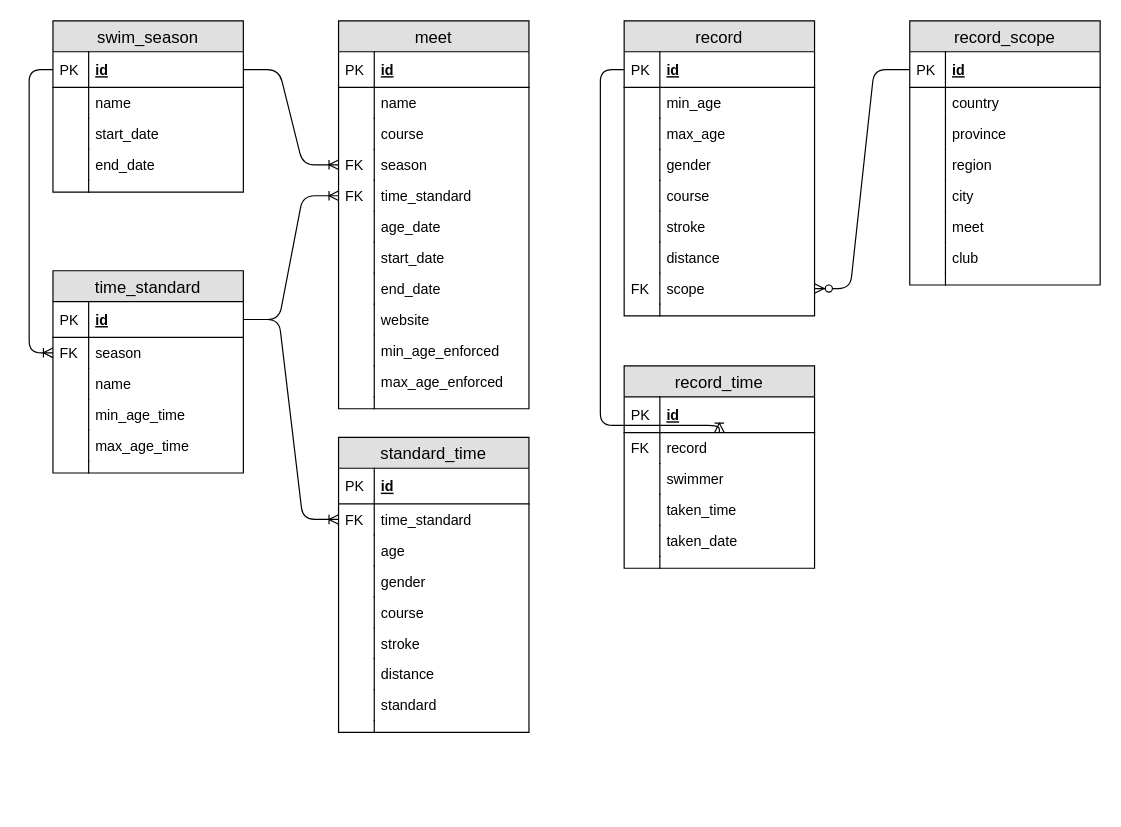
This is docs/models.drawio from geekswimmers/geekswimmers, a draw.io file, before an edit. Source tidied: cells renumbered, new cells numbered last; positions are measured from the earlier drawing's top-left corner, leaving out a move shared by most shapes. Both pictures are drawn from the tidied source at 119%, with x=0, y=0 at pixel (29, 20).
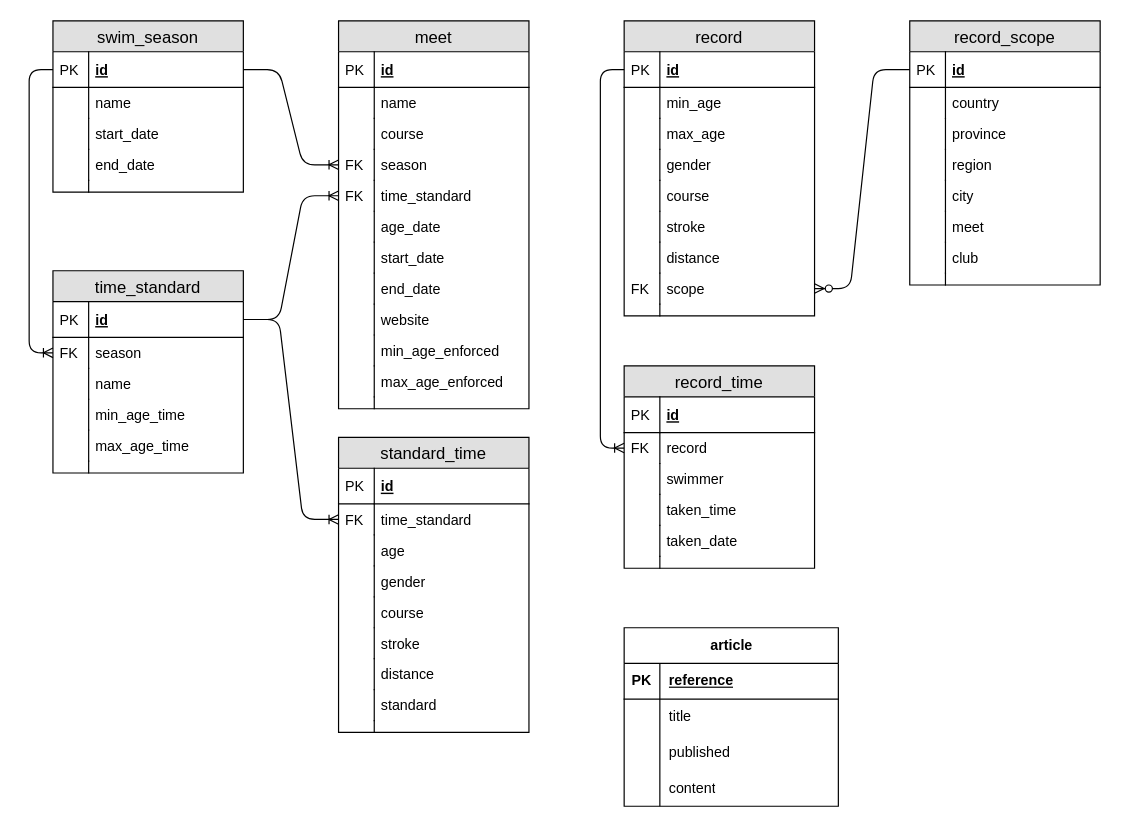
The same diagram, later.

Commit message (it also covers changes not shown here):
#24 Created content module

The change refers to these unchanged cells:
```xml
<mxCell id="75" value="id" style="shape=partialRectangle;top=0;left=0;right=0;bottom=1;align=left;verticalAlign=middle;fillColor=none;spacingLeft=34;spacingRight=4;overflow=hidden;points=[[0,0.5],[1,0.5]];portConstraint=eastwest;fontStyle=5;fontSize=12;" parent="74" vertex="1">
  <mxGeometry y="26" width="160" height="30" as="geometry" />
</mxCell>
<mxCell id="96" value="record" style="shape=partialRectangle;top=0;left=0;right=0;bottom=0;align=left;verticalAlign=top;fillColor=none;spacingLeft=34;spacingRight=4;overflow=hidden;points=[[0,0.5],[1,0.5]];portConstraint=eastwest;fontSize=12;" parent="93" vertex="1">
  <mxGeometry y="56" width="160" height="26" as="geometry" />
</mxCell>
```

Change to the diagram source:
```diff
@@
     <mxCell id="106" style="edgeStyle=orthogonalEdgeStyle;fontSize=12;html=1;endArrow=ERoneToMany;" parent="1" edge="1" source="75" target="96">
       <mxGeometry relative="1" as="geometry">
         <Array as="points">
           <mxPoint x="480" y="41" />
-          <mxPoint x="480" y="340" />
+          <mxPoint x="480" y="359" />
         </Array>
       </mxGeometry>
     </mxCell>
@@
+    <mxCell id="125" value="article" style="shape=table;startSize=30;childLayout=tableLayout;rowLines=0;fontStyle=1;align=center;html=1;" parent="1" vertex="1">
+      <mxGeometry x="500" y="510" width="180" height="150" as="geometry" />
+    </mxCell>
+    <mxCell id="126" style="shape=tableRow;horizontal=0;startSize=0;swimlaneHead=0;swimlaneBody=0;fillColor=none;top=0;left=0;right=0;bottom=1;" parent="125" vertex="1">
+      <mxGeometry y="30" width="180" height="30" as="geometry" />
+    </mxCell>
+    <mxCell id="127" value="PK" style="shape=partialRectangle;fillColor=none;top=0;left=0;bottom=0;right=0;fontStyle=1;overflow=hidden;whiteSpace=wrap;html=1;" parent="126" vertex="1">
+      <mxGeometry width="30" height="30" as="geometry" />
+    </mxCell>
+    <mxCell id="128" value="reference" style="shape=partialRectangle;fillColor=none;top=0;left=0;bottom=0;right=0;align=left;spacingLeft=6;fontStyle=5;overflow=hidden;whiteSpace=wrap;html=1;" parent="126" vertex="1">
+      <mxGeometry x="30" width="150" height="30" as="geometry" />
+    </mxCell>
+    <mxCell id="129" style="shape=tableRow;horizontal=0;startSize=0;swimlaneHead=0;swimlaneBody=0;fillColor=none;top=0;left=0;right=0;bottom=0;" parent="125" vertex="1">
+      <mxGeometry y="60" width="180" height="30" as="geometry" />
+    </mxCell>
+    <mxCell id="130" style="shape=partialRectangle;fillColor=none;top=0;left=0;bottom=0;right=0;overflow=hidden;whiteSpace=wrap;html=1;" parent="129" vertex="1">
+      <mxGeometry width="30" height="30" as="geometry" />
+    </mxCell>
+    <mxCell id="131" value="title" style="shape=partialRectangle;fillColor=none;top=0;left=0;bottom=0;right=0;align=left;spacingLeft=6;overflow=hidden;whiteSpace=wrap;html=1;" parent="129" vertex="1">
+      <mxGeometry x="30" width="150" height="30" as="geometry" />
+    </mxCell>
+    <mxCell id="132" style="shape=tableRow;horizontal=0;startSize=0;swimlaneHead=0;swimlaneBody=0;fillColor=none;top=0;left=0;right=0;bottom=0;" parent="125" vertex="1">
+      <mxGeometry y="90" width="180" height="30" as="geometry" />
+    </mxCell>
+    <mxCell id="133" style="shape=partialRectangle;fillColor=none;top=0;left=0;bottom=0;right=0;overflow=hidden;whiteSpace=wrap;html=1;" parent="132" vertex="1">
+      <mxGeometry width="30" height="30" as="geometry" />
+    </mxCell>
+    <mxCell id="134" value="published" style="shape=partialRectangle;fillColor=none;top=0;left=0;bottom=0;right=0;align=left;spacingLeft=6;overflow=hidden;whiteSpace=wrap;html=1;" parent="132" vertex="1">
+      <mxGeometry x="30" width="150" height="30" as="geometry" />
+    </mxCell>
+    <mxCell id="135" style="shape=tableRow;horizontal=0;startSize=0;swimlaneHead=0;swimlaneBody=0;fillColor=none;top=0;left=0;right=0;bottom=0;" parent="125" vertex="1">
+      <mxGeometry y="120" width="180" height="30" as="geometry" />
+    </mxCell>
+    <mxCell id="136" style="shape=partialRectangle;fillColor=none;top=0;left=0;bottom=0;right=0;overflow=hidden;whiteSpace=wrap;html=1;" parent="135" vertex="1">
+      <mxGeometry width="30" height="30" as="geometry" />
+    </mxCell>
+    <mxCell id="137" value="content" style="shape=partialRectangle;fillColor=none;top=0;left=0;bottom=0;right=0;align=left;spacingLeft=6;overflow=hidden;whiteSpace=wrap;html=1;" parent="135" vertex="1">
+      <mxGeometry x="30" width="150" height="30" as="geometry" />
+    </mxCell>
```
